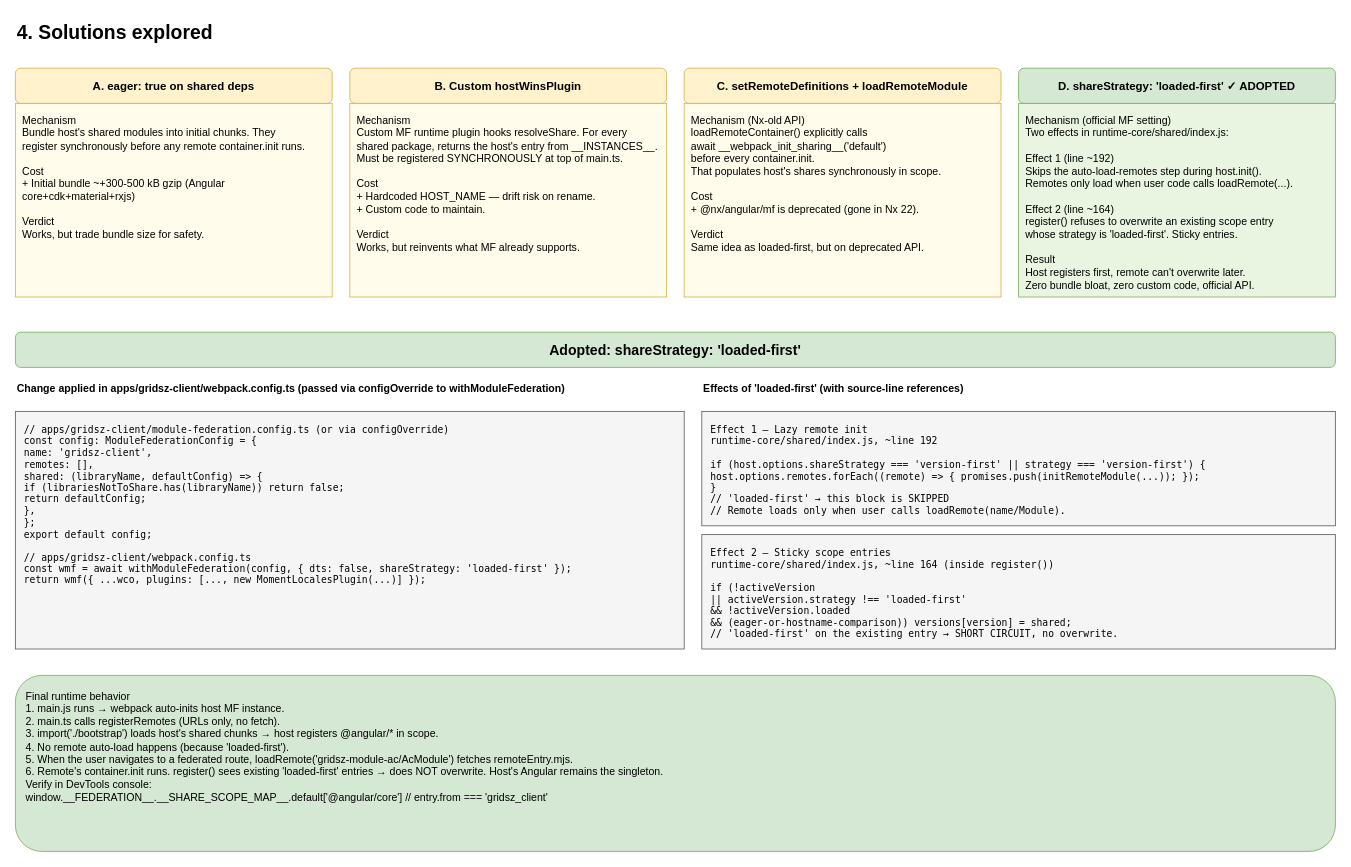
ntrong2009/diagrams keeps this draw.io diagram as page "4. Solutions explored" (4 of 5) of nx-module-federation.drawio. Above is the earlier version. Source tidied: cells renumbered, new cells numbered last; positions are measured from the earlier drawing's top-left corner, leaving out a move shared by most shapes. Both pictures are drawn from the tidied source at 88%, with x=0, y=0 at pixel (15, 15).
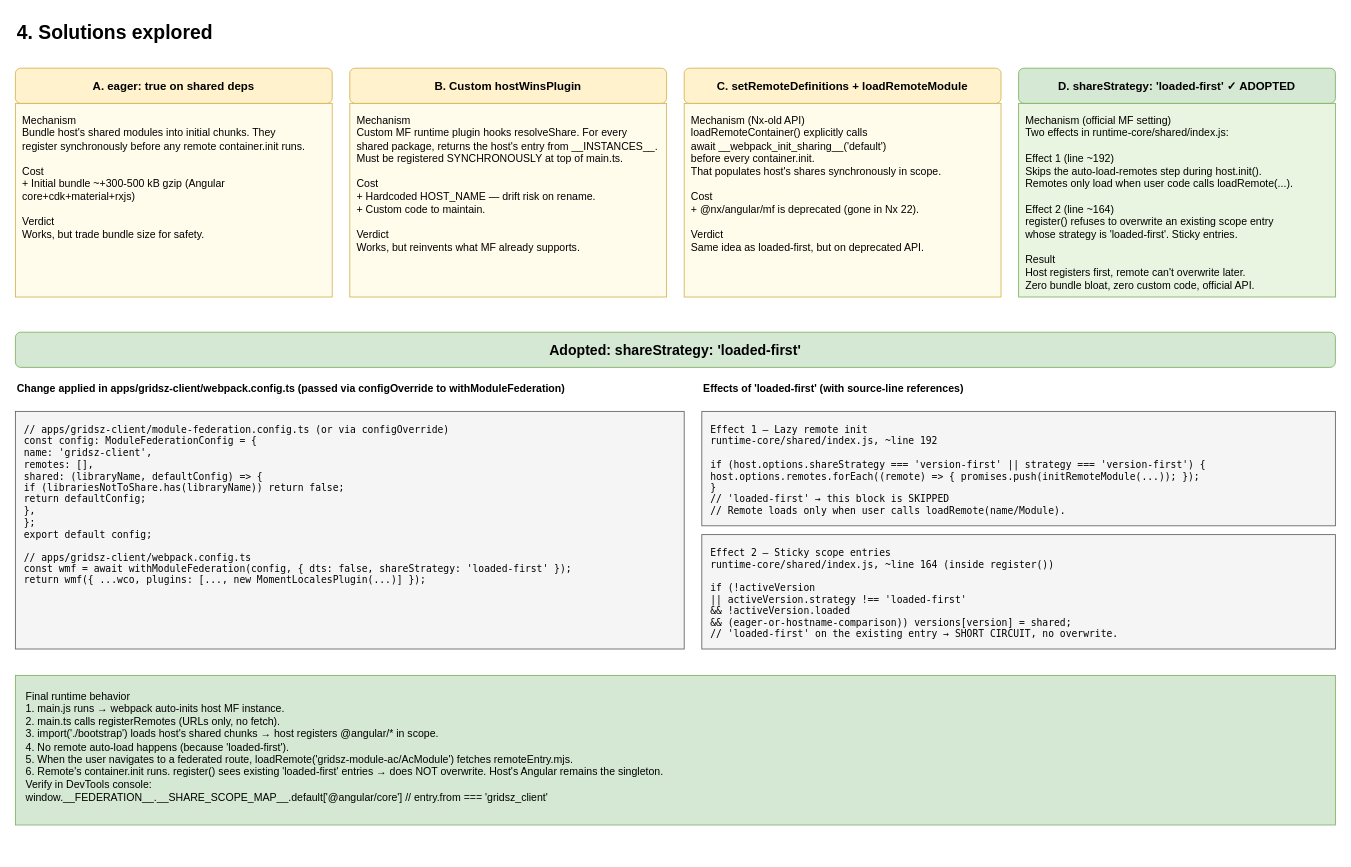
The same diagram, later.

What changed in the source:
```diff
@@
 <mxGraphModel>
   <root>
     <mxCell id="0" />
     <mxCell id="1" parent="0" />
     <mxCell id="2" value="4. Solutions explored" style="text;html=1;strokeColor=none;fillColor=none;align=left;verticalAlign=middle;whiteSpace=wrap;rounded=0;fontSize=22;fontStyle=1;" parent="1" vertex="1">
       <mxGeometry width="1200" height="40" as="geometry" />
     </mxCell>
     <mxCell id="3" value="A. eager: true on shared deps" style="rounded=1;whiteSpace=wrap;html=1;fillColor=#fff2cc;strokeColor=#d6b656;align=center;fontStyle=1;fontSize=13;" parent="1" vertex="1">
       <mxGeometry y="60" width="360" height="40" as="geometry" />
     </mxCell>
     <mxCell id="4" value="Mechanism&#10;Bundle host's shared modules into initial chunks. They&#10;register synchronously before any remote container.init runs.&#10;&#10;Cost&#10;+ Initial bundle ~+300-500 kB gzip (Angular core+cdk+material+rxjs)&#10;&#10;Verdict&#10;Works, but trade bundle size for safety." style="rounded=0;whiteSpace=wrap;html=1;fillColor=#fffceb;strokeColor=#d6b656;align=left;spacing=8;verticalAlign=top;" parent="1" vertex="1">
       <mxGeometry y="100" width="360" height="220" as="geometry" />
     </mxCell>
     <mxCell id="5" value="B. Custom hostWinsPlugin" style="rounded=1;whiteSpace=wrap;html=1;fillColor=#fff2cc;strokeColor=#d6b656;align=center;fontStyle=1;fontSize=13;" parent="1" vertex="1">
       <mxGeometry x="380" y="60" width="360" height="40" as="geometry" />
     </mxCell>
     <mxCell id="6" value="Mechanism&#10;Custom MF runtime plugin hooks resolveShare. For every&#10;shared package, returns the host's entry from __INSTANCES__.&#10;Must be registered SYNCHRONOUSLY at top of main.ts.&#10;&#10;Cost&#10;+ Hardcoded HOST_NAME — drift risk on rename.&#10;+ Custom code to maintain.&#10;&#10;Verdict&#10;Works, but reinvents what MF already supports." style="rounded=0;whiteSpace=wrap;html=1;fillColor=#fffceb;strokeColor=#d6b656;align=left;spacing=8;verticalAlign=top;" parent="1" vertex="1">
       <mxGeometry x="380" y="100" width="360" height="220" as="geometry" />
     </mxCell>
     <mxCell id="7" value="C. setRemoteDefinitions + loadRemoteModule" style="rounded=1;whiteSpace=wrap;html=1;fillColor=#fff2cc;strokeColor=#d6b656;align=center;fontStyle=1;fontSize=13;" parent="1" vertex="1">
       <mxGeometry x="760" y="60" width="360" height="40" as="geometry" />
     </mxCell>
     <mxCell id="8" value="Mechanism (Nx-old API)&#10;loadRemoteContainer() explicitly calls&#10;  await __webpack_init_sharing__('default')&#10;before every container.init.&#10;That populates host's shares synchronously in scope.&#10;&#10;Cost&#10;+ @nx/angular/mf is deprecated (gone in Nx 22).&#10;&#10;Verdict&#10;Same idea as loaded-first, but on deprecated API." style="rounded=0;whiteSpace=wrap;html=1;fillColor=#fffceb;strokeColor=#d6b656;align=left;spacing=8;verticalAlign=top;" parent="1" vertex="1">
       <mxGeometry x="760" y="100" width="360" height="220" as="geometry" />
     </mxCell>
     <mxCell id="9" value="D. shareStrategy: 'loaded-first' ✓ ADOPTED" style="rounded=1;whiteSpace=wrap;html=1;fillColor=#d5e8d4;strokeColor=#82b366;align=center;fontStyle=1;fontSize=13;" parent="1" vertex="1">
       <mxGeometry x="1140" y="60" width="360" height="40" as="geometry" />
     </mxCell>
     <mxCell id="10" value="Mechanism (official MF setting)&#10;Two effects in runtime-core/shared/index.js:&#10;&#10;Effect 1 (line ~192)&#10;Skips the auto-load-remotes step during host.init().&#10;Remotes only load when user code calls loadRemote(...).&#10;&#10;Effect 2 (line ~164)&#10;register() refuses to overwrite an existing scope entry&#10;whose strategy is 'loaded-first'. Sticky entries.&#10;&#10;Result&#10;Host registers first, remote can't overwrite later.&#10;Zero bundle bloat, zero custom code, official API." style="rounded=0;whiteSpace=wrap;html=1;fillColor=#eaf5e1;strokeColor=#82b366;align=left;spacing=8;verticalAlign=top;" parent="1" vertex="1">
       <mxGeometry x="1140" y="100" width="360" height="220" as="geometry" />
     </mxCell>
     <mxCell id="11" value="Adopted: shareStrategy: 'loaded-first'" style="rounded=1;whiteSpace=wrap;html=1;fillColor=#d5e8d4;strokeColor=#82b366;align=center;fontStyle=1;fontSize=16;" parent="1" vertex="1">
       <mxGeometry y="360" width="1500" height="40" as="geometry" />
     </mxCell>
     <mxCell id="12" value="Change applied in apps/gridsz-client/webpack.config.ts (passed via configOverride to withModuleFederation)" style="text;html=1;strokeColor=none;fillColor=none;align=left;verticalAlign=middle;fontStyle=1;fontSize=12;" parent="1" vertex="1">
       <mxGeometry y="410" width="1500" height="30" as="geometry" />
     </mxCell>
     <mxCell id="13" value="// apps/gridsz-client/module-federation.config.ts (or via configOverride)&#10;const config: ModuleFederationConfig = {&#10;  name: 'gridsz-client',&#10;  remotes: [],&#10;  shared: (libraryName, defaultConfig) =&gt; {&#10;    if (librariesNotToShare.has(libraryName)) return false;&#10;    return defaultConfig;&#10;  },&#10;};&#10;export default config;&#10;&#10;// apps/gridsz-client/webpack.config.ts&#10;const wmf = await withModuleFederation(config, { dts: false, shareStrategy: 'loaded-first' });&#10;return wmf({ ...wco, plugins: [..., new MomentLocalesPlugin(...)] });" style="rounded=0;whiteSpace=wrap;html=1;fillColor=#f5f5f5;strokeColor=#666;align=left;spacing=10;fontFamily=monospace;fontSize=11;verticalAlign=top;" parent="1" vertex="1">
       <mxGeometry y="450" width="760" height="270" as="geometry" />
     </mxCell>
     <mxCell id="14" value="Effects of 'loaded-first' (with source-line references)" style="text;html=1;strokeColor=none;fillColor=none;align=left;verticalAlign=middle;fontStyle=1;fontSize=12;" parent="1" vertex="1">
       <mxGeometry x="780" y="410" width="720" height="30" as="geometry" />
     </mxCell>
     <mxCell id="15" value="Effect 1 — Lazy remote init&#10;runtime-core/shared/index.js, ~line 192&#10;&#10;if (host.options.shareStrategy === 'version-first' || strategy === 'version-first') {&#10;  host.options.remotes.forEach((remote) =&gt; { promises.push(initRemoteModule(...)); });&#10;}&#10;// 'loaded-first' → this block is SKIPPED&#10;// Remote loads only when user calls loadRemote(name/Module)." style="rounded=0;whiteSpace=wrap;html=1;fillColor=#f5f5f5;strokeColor=#666;align=left;spacing=10;fontFamily=monospace;fontSize=11;verticalAlign=top;" parent="1" vertex="1">
       <mxGeometry x="780" y="450" width="720" height="130" as="geometry" />
     </mxCell>
     <mxCell id="16" value="Effect 2 — Sticky scope entries&#10;runtime-core/shared/index.js, ~line 164 (inside register())&#10;&#10;if (!activeVersion&#10;    || activeVersion.strategy !== 'loaded-first'&#10;       &amp;&amp; !activeVersion.loaded&#10;       &amp;&amp; (eager-or-hostname-comparison)) versions[version] = shared;&#10;// 'loaded-first' on the existing entry → SHORT CIRCUIT, no overwrite." style="rounded=0;whiteSpace=wrap;html=1;fillColor=#f5f5f5;strokeColor=#666;align=left;spacing=10;fontFamily=monospace;fontSize=11;verticalAlign=top;" parent="1" vertex="1">
       <mxGeometry x="780" y="590" width="720" height="130" as="geometry" />
     </mxCell>
-    <mxCell id="17" value="Final runtime behavior&#10;1. main.js runs → webpack auto-inits host MF instance.&#10;2. main.ts calls registerRemotes (URLs only, no fetch).&#10;3. import('./bootstrap') loads host's shared chunks → host registers @angular/* in scope.&#10;4. No remote auto-load happens (because 'loaded-first').&#10;5. When the user navigates to a federated route, loadRemote('gridsz-module-ac/AcModule') fetches remoteEntry.mjs.&#10;6. Remote's container.init runs. register() sees existing 'loaded-first' entries → does NOT overwrite. Host's Angular remains the singleton.&#10;Verify in DevTools console:&#10;  window.__FEDERATION__.__SHARE_SCOPE_MAP__.default['@angular/core']  // entry.from === 'gridsz_client'" style="rounded=1;whiteSpace=wrap;html=1;fillColor=#d5e8d4;strokeColor=#82b366;align=left;spacing=12;verticalAlign=top;fontSize=12;" parent="1" vertex="1">
-      <mxGeometry y="750" width="1500" height="200" as="geometry" />
+    <mxCell id="17" value="Final runtime behavior&#10;1. main.js runs → webpack auto-inits host MF instance.&#10;2. main.ts calls registerRemotes (URLs only, no fetch).&#10;3. import('./bootstrap') loads host's shared chunks → host registers @angular/* in scope.&#10;4. No remote auto-load happens (because 'loaded-first').&#10;5. When the user navigates to a federated route, loadRemote('gridsz-module-ac/AcModule') fetches remoteEntry.mjs.&#10;6. Remote's container.init runs. register() sees existing 'loaded-first' entries → does NOT overwrite. Host's Angular remains the singleton.&#10;Verify in DevTools console:&#10;  window.__FEDERATION__.__SHARE_SCOPE_MAP__.default['@angular/core']  // entry.from === 'gridsz_client'" style="rounded=0;whiteSpace=wrap;html=1;fillColor=#d5e8d4;strokeColor=#82b366;align=left;spacing=12;verticalAlign=top;fontSize=12;" parent="1" vertex="1">
+      <mxGeometry y="750" width="1500" height="170" as="geometry" />
     </mxCell>
   </root>
 </mxGraphModel>
```
